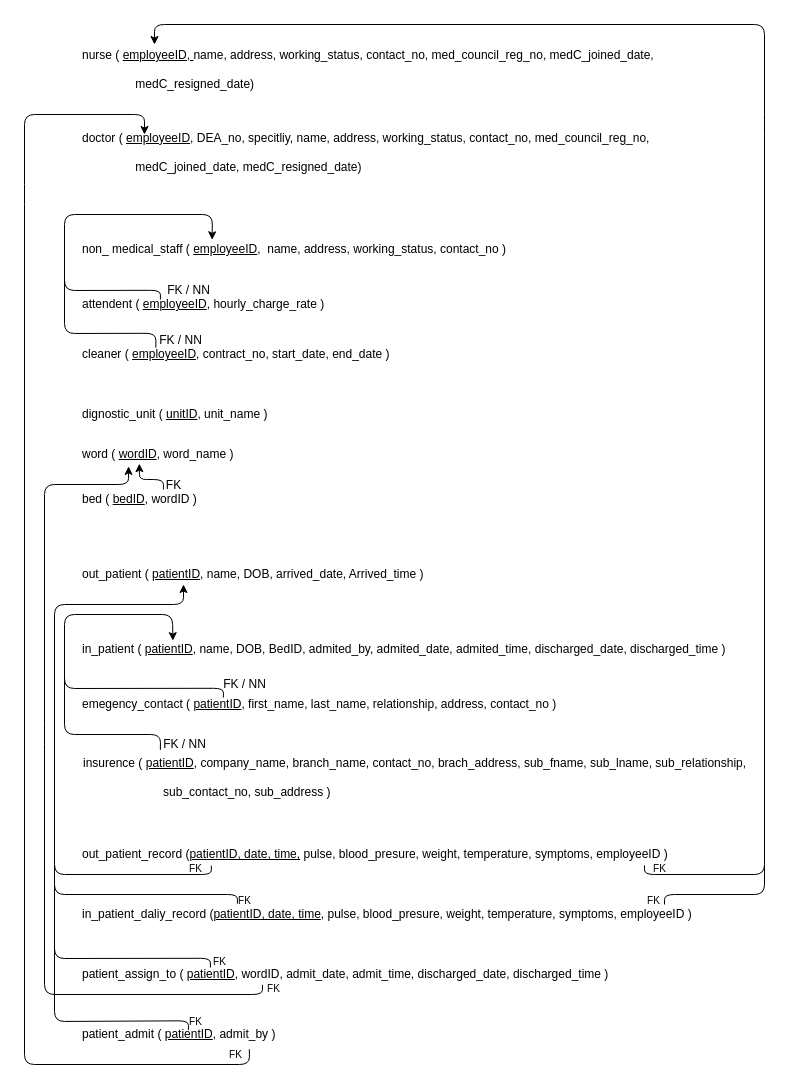
Before: page "Page-2" (2 of 3) of G28-2.drawio in Janithpm/1203AssignmentGroup28, a draw.io diagram. Source tidied: cells renumbered, new cells numbered last; positions are measured from the earlier drawing's top-left corner, leaving out a move shared by most shapes. Both pictures are drawn from the tidied source at 100%, with x=0, y=0 at pixel (24, 24).
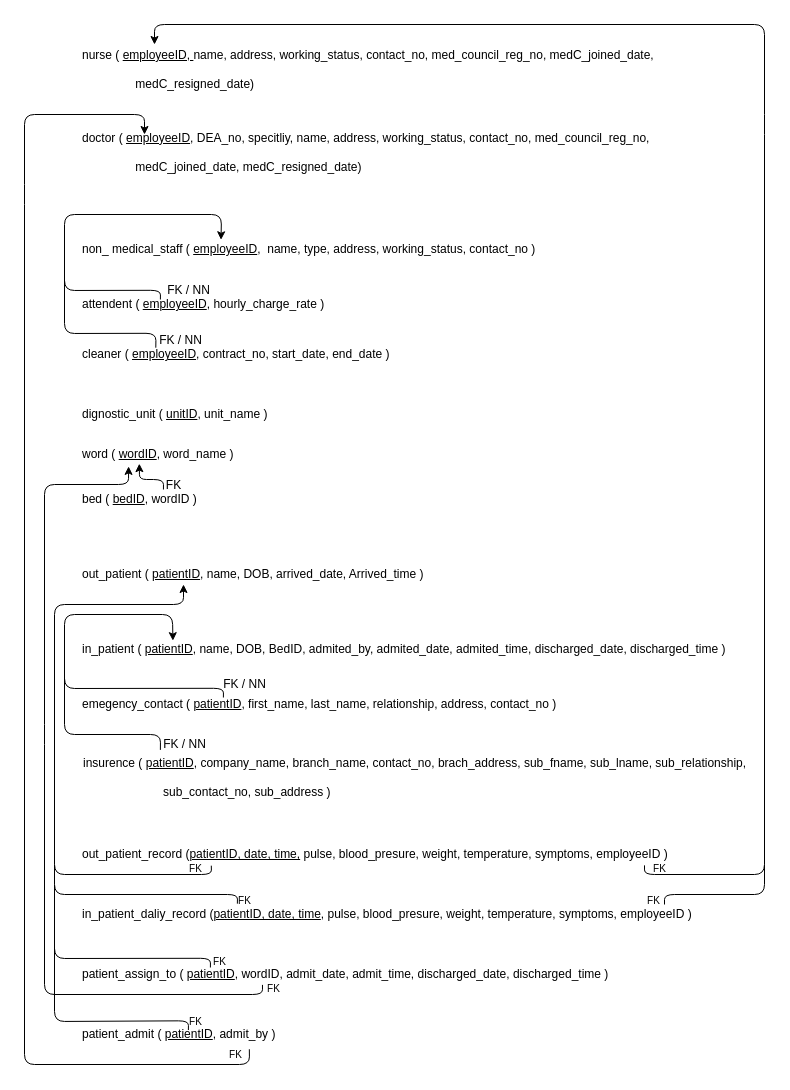
The same page after the edit.

What changed in the source:
```diff
@@
-    <mxCell id="12" value="non_ medical_staff ( &lt;u&gt;employeeID&lt;/u&gt;,&amp;nbsp; name, address, working_status, contact_no&amp;nbsp;)&amp;nbsp;" style="text;html=1;align=left;verticalAlign=middle;points=[];strokeColor=none;fillColor=none;" parent="1" vertex="1">
-      <mxGeometry x="56" y="215" width="440" height="20" as="geometry" />
+    <mxCell id="12" value="non_ medical_staff ( &lt;u&gt;employeeID&lt;/u&gt;,&amp;nbsp; name, type, address, working_status, contact_no&amp;nbsp;)&amp;nbsp;" style="text;html=1;align=left;verticalAlign=middle;points=[];strokeColor=none;fillColor=none;" parent="1" vertex="1">
+      <mxGeometry x="56" y="215" width="470" height="20" as="geometry" />
     </mxCell>
@@
     <mxCell id="14" style="endArrow=classic;html=1;exitX=0.606;exitY=0.023;exitDx=0;exitDy=0;exitPerimeter=0;entryX=0.299;entryY=0.014;entryDx=0;entryDy=0;entryPerimeter=0;" parent="1" edge="1" target="12">
       <mxGeometry relative="1" as="geometry">
         <mxPoint x="131.3" y="323.2" as="sourcePoint" />
         <Array as="points">
           <mxPoint x="131.5" y="308.8" />
           <mxPoint x="40" y="309" />
           <mxPoint x="40" y="190" />
-          <mxPoint x="188" y="190" />
+          <mxPoint x="197" y="190" />
         </Array>
       </mxGeometry>
     </mxCell>
```
